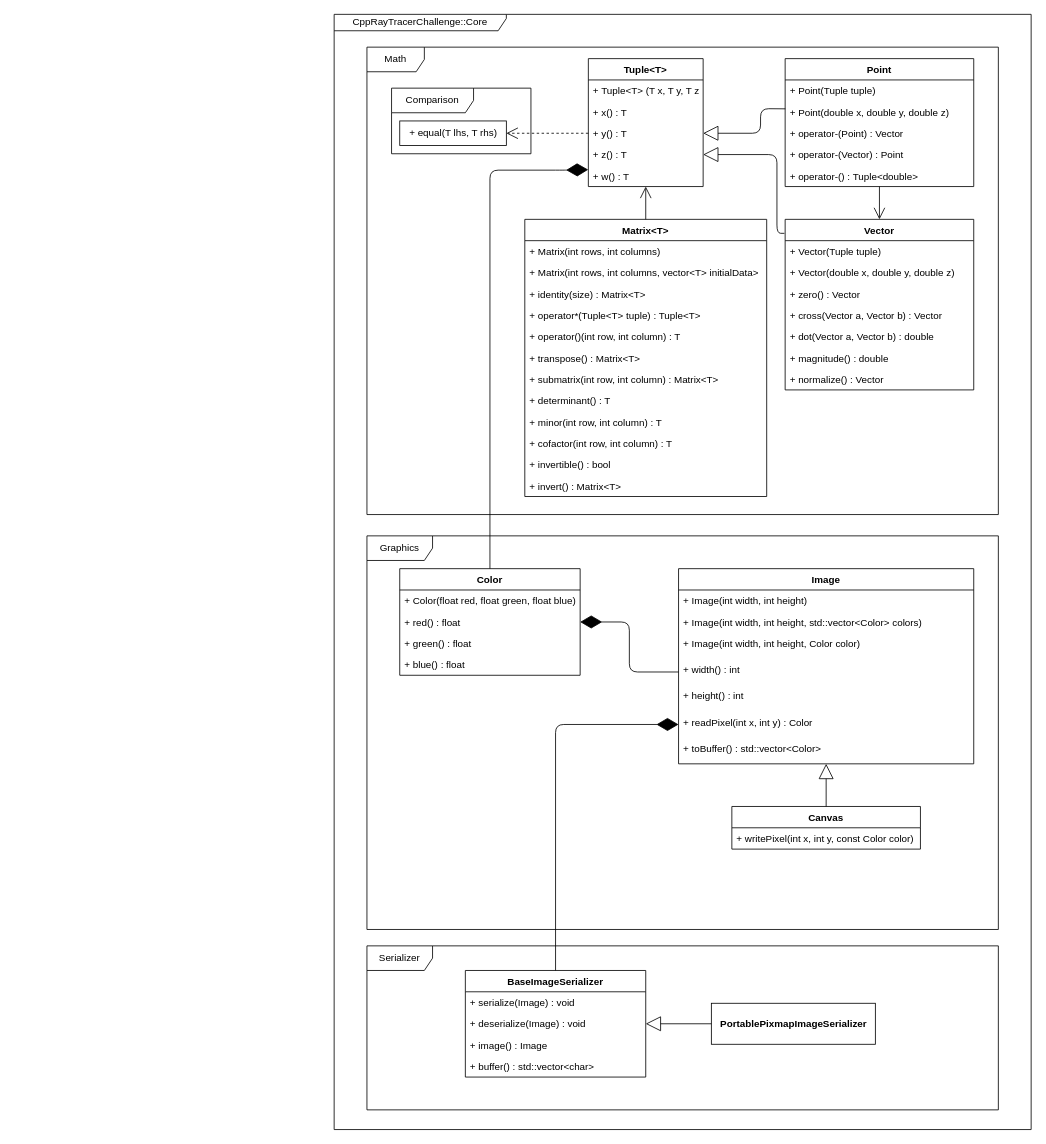
Above: docs/class_diagram.drawio in Reccy/CppRayTracerChallenge (draw.io), before the change. Source tidied: cells renumbered, new cells numbered last; positions are measured from the earlier drawing's top-left corner, leaving out a move shared by most shapes. Both pictures are drawn from the tidied source at 82%, with x=0, y=0 at pixel (334, 14).
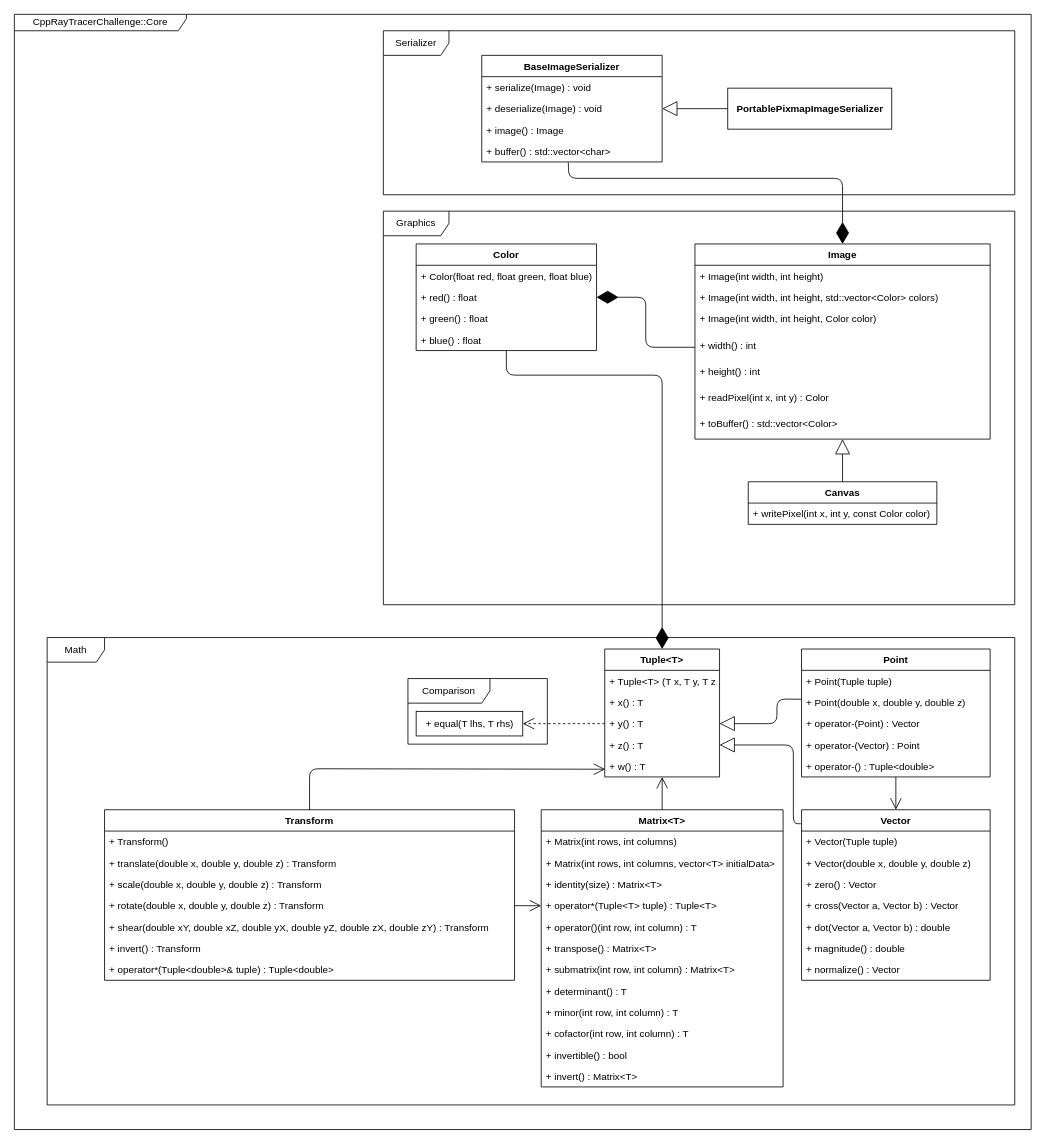
After the change.

Commit message (it also covers changes not shown here):
Add Transform object to class diagram

Unchanged cells that the change refers to:
```xml
<mxCell id="16" value="+ width() : int" style="text;strokeColor=none;fillColor=none;align=left;verticalAlign=top;spacingLeft=4;spacingRight=4;overflow=hidden;points=[[0,0.5],[1,0.5]];portConstraint=eastwest;" parent="12" vertex="1">
  <mxGeometry y="110" width="360" height="32" as="geometry" />
</mxCell>
<mxCell id="18" value="+ readPixel(int x, int y) : Color" style="text;strokeColor=none;fillColor=none;align=left;verticalAlign=top;spacingLeft=4;spacingRight=4;overflow=hidden;points=[[0,0.5],[1,0.5]];portConstraint=eastwest;" parent="12" vertex="1">
  <mxGeometry y="174" width="360" height="32" as="geometry" />
</mxCell>
<mxCell id="34" value="+ y() : T" style="text;strokeColor=none;fillColor=none;align=left;verticalAlign=top;spacingLeft=4;spacingRight=4;overflow=hidden;points=[[0,0.5],[1,0.5]];portConstraint=eastwest;" parent="31" vertex="1">
  <mxGeometry y="78" width="140" height="26" as="geometry" />
</mxCell>
<mxCell id="35" value="+ z() : T" style="text;strokeColor=none;fillColor=none;align=left;verticalAlign=top;spacingLeft=4;spacingRight=4;overflow=hidden;points=[[0,0.5],[1,0.5]];portConstraint=eastwest;" parent="31" vertex="1">
  <mxGeometry y="104" width="140" height="26" as="geometry" />
</mxCell>
<mxCell id="36" value="+ w() : T" style="text;strokeColor=none;fillColor=none;align=left;verticalAlign=top;spacingLeft=4;spacingRight=4;overflow=hidden;points=[[0,0.5],[1,0.5]];portConstraint=eastwest;" parent="31" vertex="1">
  <mxGeometry y="130" width="140" height="26" as="geometry" />
</mxCell>
<mxCell id="47" value="+ Point(double x, double y, double z)" style="text;strokeColor=none;fillColor=none;align=left;verticalAlign=top;spacingLeft=4;spacingRight=4;overflow=hidden;points=[[0,0.5],[1,0.5]];portConstraint=eastwest;" parent="45" vertex="1">
  <mxGeometry y="52" width="230" height="26" as="geometry" />
</mxCell>
<mxCell id="56" value="+ buffer() : std::vector&lt;char&gt;" style="text;strokeColor=none;fillColor=none;align=left;verticalAlign=top;spacingLeft=4;spacingRight=4;overflow=hidden;points=[[0,0.5],[1,0.5]];portConstraint=eastwest;" parent="52" vertex="1">
  <mxGeometry y="104" width="220" height="26" as="geometry" />
</mxCell>
<mxCell id="64" value="+ operator*(Tuple&lt;T&gt; tuple) : Tuple&lt;T&gt;" style="text;strokeColor=none;fillColor=none;align=left;verticalAlign=top;spacingLeft=4;spacingRight=4;overflow=hidden;points=[[0,0.5],[1,0.5]];portConstraint=eastwest;" parent="60" vertex="1">
  <mxGeometry y="104" width="295" height="26" as="geometry" />
</mxCell>
```

Diff of the diagram source:
```diff
@@
     <mxCell id="2" value="CppRayTracerChallenge::Core" style="shape=umlFrame;whiteSpace=wrap;html=1;width=210;height=20;" parent="1" vertex="1">
-      <mxGeometry width="850" height="1360" as="geometry" />
+      <mxGeometry x="-390" width="1240" height="1360" as="geometry" />
     </mxCell>
     <mxCell id="3" value="Graphics" style="shape=umlFrame;whiteSpace=wrap;html=1;width=80;height=30;" parent="1" vertex="1">
-      <mxGeometry x="40" y="636" width="770" height="480" as="geometry" />
+      <mxGeometry x="60" y="240" width="770" height="480" as="geometry" />
     </mxCell>
     <mxCell id="4" value="Math" style="shape=umlFrame;whiteSpace=wrap;html=1;width=70;height=30;" parent="1" vertex="1">
-      <mxGeometry x="40" y="40" width="770" height="570" as="geometry" />
+      <mxGeometry x="-350" y="760" width="1180" height="570" as="geometry" />
     </mxCell>
     <mxCell id="5" style="endArrow=block;endSize=16;endFill=0;html=1;exitX=0.001;exitY=0.355;exitDx=0;exitDy=0;entryX=1;entryY=0.5;entryDx=0;entryDy=0;exitPerimeter=0;" parent="1" edge="1" source="47" target="34">
       <mxGeometry relative="1" as="geometry">
         <Array as="points">
-          <mxPoint x="520" y="115" />
-          <mxPoint x="520" y="145" />
+          <mxPoint x="540" y="835" />
+          <mxPoint x="540" y="865" />
         </Array>
       </mxGeometry>
     </mxCell>
@@
     <mxCell id="8" style="endArrow=block;endSize=16;endFill=0;html=1;exitX=-0.004;exitY=0.082;exitDx=0;exitDy=0;entryX=1;entryY=0.5;entryDx=0;entryDy=0;exitPerimeter=0;" parent="1" edge="1" source="37" target="35">
       <mxGeometry relative="1" as="geometry">
         <Array as="points">
-          <mxPoint x="540" y="267" />
-          <mxPoint x="540" y="171" />
+          <mxPoint x="560" y="987" />
+          <mxPoint x="560" y="891" />
         </Array>
       </mxGeometry>
     </mxCell>
@@
-    <mxCell id="10" style="endArrow=diamondThin;endFill=1;endSize=24;html=1;entryX=-0.001;entryY=0.208;entryDx=0;entryDy=0;exitX=0.5;exitY=0;exitDx=0;exitDy=0;entryPerimeter=0;" parent="1" edge="1" source="23" target="36">
+    <mxCell id="10" style="endArrow=diamondThin;endFill=1;endSize=24;html=1;entryX=0.5;entryY=0;entryDx=0;entryDy=0;exitX=0.5;exitY=1;exitDx=0;exitDy=0;" parent="1" edge="1" source="23" target="31">
       <mxGeometry relative="1" as="geometry">
         <Array as="points">
-          <mxPoint x="190" y="190" />
-          <mxPoint x="280" y="190" />
+          <mxPoint x="210" y="440" />
+          <mxPoint x="400" y="440" />
         </Array>
       </mxGeometry>
     </mxCell>
@@
     <mxCell id="12" value="Image" style="swimlane;fontStyle=1;horizontal=1;startSize=26;fillColor=none;" parent="1" vertex="1">
-      <mxGeometry x="420" y="676" width="360" height="238" as="geometry" />
+      <mxGeometry x="440" y="280" width="360" height="238" as="geometry" />
     </mxCell>
@@
     <mxCell id="20" value="Canvas" style="swimlane;fontStyle=1;horizontal=1;startSize=26;fillColor=none;" parent="1" vertex="1">
-      <mxGeometry x="485" y="966" width="230" height="52" as="geometry" />
+      <mxGeometry x="505" y="570" width="230" height="52" as="geometry" />
     </mxCell>
@@
     <mxCell id="23" value="Color" style="swimlane;fontStyle=1;horizontal=1;startSize=26;fillColor=none;" parent="1" vertex="1">
-      <mxGeometry x="80" y="676" width="220" height="130" as="geometry" />
+      <mxGeometry x="100" y="280" width="220" height="130" as="geometry" />
     </mxCell>
@@
     <mxCell id="28" style="endArrow=diamondThin;endFill=1;endSize=24;html=1;exitX=0;exitY=0.5;exitDx=0;exitDy=0;entryX=1;entryY=0.5;entryDx=0;entryDy=0;" parent="1" edge="1" source="16" target="23">
       <mxGeometry relative="1" as="geometry">
         <Array as="points">
-          <mxPoint x="360" y="802" />
-          <mxPoint x="360" y="741" />
+          <mxPoint x="380" y="406" />
+          <mxPoint x="380" y="345" />
         </Array>
       </mxGeometry>
     </mxCell>
     <mxCell id="29" value="Comparison" style="shape=umlFrame;whiteSpace=wrap;html=1;width=100;height=30;" parent="1" vertex="1">
-      <mxGeometry x="70" y="90" width="170" height="80" as="geometry" />
+      <mxGeometry x="90" y="810" width="170" height="80" as="geometry" />
     </mxCell>
     <mxCell id="30" value="+ equal(T lhs, T rhs)" style="html=1;" parent="1" vertex="1">
-      <mxGeometry x="80" y="130" width="130" height="30" as="geometry" />
+      <mxGeometry x="100" y="850" width="130" height="30" as="geometry" />
     </mxCell>
     <mxCell id="31" value="Tuple&lt;T&gt;" style="swimlane;fontStyle=1;horizontal=1;startSize=26;fillColor=none;" parent="1" vertex="1">
-      <mxGeometry x="310" y="54" width="140" height="156" as="geometry" />
+      <mxGeometry x="330" y="774" width="140" height="156" as="geometry" />
     </mxCell>
@@
     <mxCell id="37" value="Vector" style="swimlane;fontStyle=1;horizontal=1;startSize=26;fillColor=none;" parent="1" vertex="1">
-      <mxGeometry x="550" y="250" width="230" height="208" as="geometry" />
+      <mxGeometry x="570" y="970" width="230" height="208" as="geometry" />
     </mxCell>
@@
     <mxCell id="45" value="Point" style="swimlane;fontStyle=1;horizontal=1;startSize=26;fillColor=none;" parent="1" vertex="1">
-      <mxGeometry x="550" y="54" width="230" height="156" as="geometry" />
+      <mxGeometry x="570" y="774" width="230" height="156" as="geometry" />
     </mxCell>
@@
     <mxCell id="51" value="Serializer" style="shape=umlFrame;whiteSpace=wrap;html=1;width=80;height=30;" parent="1" vertex="1">
-      <mxGeometry x="40" y="1136" width="770" height="200" as="geometry" />
+      <mxGeometry x="60" y="20" width="770" height="200" as="geometry" />
     </mxCell>
     <mxCell id="52" value="BaseImageSerializer" style="swimlane;fontStyle=1;horizontal=1;startSize=26;fillColor=none;" parent="1" vertex="1">
-      <mxGeometry x="160" y="1166" width="220" height="130" as="geometry" />
+      <mxGeometry x="180" y="50" width="220" height="130" as="geometry" />
     </mxCell>
@@
     <mxCell id="57" value="&lt;b&gt;PortablePixmapImageSerializer&lt;/b&gt;" style="html=1;" parent="1" vertex="1">
-      <mxGeometry x="460" y="1206" width="200" height="50" as="geometry" />
+      <mxGeometry x="480" y="90" width="200" height="50" as="geometry" />
     </mxCell>
@@
-    <mxCell id="59" style="endArrow=diamondThin;endFill=1;endSize=24;html=1;entryX=0;entryY=0.5;entryDx=0;entryDy=0;exitX=0.5;exitY=0;exitDx=0;exitDy=0;" parent="1" edge="1" source="52" target="18">
+    <mxCell id="59" style="endArrow=diamondThin;endFill=1;endSize=24;html=1;entryX=0.5;entryY=0;entryDx=0;entryDy=0;exitX=0.48;exitY=1.026;exitDx=0;exitDy=0;exitPerimeter=0;" parent="1" edge="1" source="56" target="12">
       <mxGeometry relative="1" as="geometry">
         <Array as="points">
-          <mxPoint x="270" y="866" />
+          <mxPoint x="286" y="200" />
+          <mxPoint x="620" y="200" />
         </Array>
       </mxGeometry>
     </mxCell>
     <mxCell id="60" value="Matrix&lt;T&gt;" style="swimlane;fontStyle=1;horizontal=1;startSize=26;fillColor=none;" parent="1" vertex="1">
-      <mxGeometry x="232.5" y="250" width="295" height="338" as="geometry" />
+      <mxGeometry x="252.5" y="970" width="295" height="338" as="geometry" />
     </mxCell>
@@
+    <mxCell id="74" value="Transform" style="swimlane;fontStyle=1;horizontal=1;startSize=26;fillColor=none;" parent="1" vertex="1">
+      <mxGeometry x="-280" y="970" width="500" height="208" as="geometry" />
+    </mxCell>
+    <mxCell id="75" value="+ Transform()" style="text;strokeColor=none;fillColor=none;align=left;verticalAlign=top;spacingLeft=4;spacingRight=4;overflow=hidden;" parent="74" vertex="1">
+      <mxGeometry y="26" width="500" height="26" as="geometry" />
+    </mxCell>
+    <mxCell id="76" value="+ translate(double x, double y, double z) : Transform" style="text;strokeColor=none;fillColor=none;align=left;verticalAlign=top;spacingLeft=4;spacingRight=4;overflow=hidden;" parent="74" vertex="1">
+      <mxGeometry y="52" width="500" height="26" as="geometry" />
+    </mxCell>
+    <mxCell id="77" value="+ scale(double x, double y, double z) : Transform" style="text;strokeColor=none;fillColor=none;align=left;verticalAlign=top;spacingLeft=4;spacingRight=4;overflow=hidden;" parent="74" vertex="1">
+      <mxGeometry y="78" width="500" height="26" as="geometry" />
+    </mxCell>
+    <mxCell id="78" value="+ rotate(double x, double y, double z) : Transform" style="text;strokeColor=none;fillColor=none;align=left;verticalAlign=top;spacingLeft=4;spacingRight=4;overflow=hidden;points=[[0,0.5],[1,0.5]];portConstraint=eastwest;" parent="74" vertex="1">
+      <mxGeometry y="104" width="500" height="26" as="geometry" />
+    </mxCell>
+    <mxCell id="79" value="+ shear(double xY, double xZ, double yX, double yZ, double zX, double zY) : Transform" style="text;strokeColor=none;fillColor=none;align=left;verticalAlign=top;spacingLeft=4;spacingRight=4;overflow=hidden;" parent="74" vertex="1">
+      <mxGeometry y="130" width="500" height="26" as="geometry" />
+    </mxCell>
+    <mxCell id="80" value="+ invert() : Transform" style="text;strokeColor=none;fillColor=none;align=left;verticalAlign=top;spacingLeft=4;spacingRight=4;overflow=hidden;" parent="74" vertex="1">
+      <mxGeometry y="156" width="500" height="26" as="geometry" />
+    </mxCell>
+    <mxCell id="81" value="+ operator*(Tuple&lt;double&gt;&amp; tuple) : Tuple&lt;double&gt;" style="text;strokeColor=none;fillColor=none;align=left;verticalAlign=top;spacingLeft=4;spacingRight=4;overflow=hidden;" parent="74" vertex="1">
+      <mxGeometry y="182" width="500" height="26" as="geometry" />
+    </mxCell>
+    <mxCell id="82" style="endArrow=open;endFill=1;endSize=12;html=1;entryX=0.004;entryY=0.638;entryDx=0;entryDy=0;exitX=0.5;exitY=0;exitDx=0;exitDy=0;entryPerimeter=0;" parent="1" edge="1" source="74" target="36">
+      <mxGeometry relative="1" as="geometry">
+        <Array as="points">
+          <mxPoint x="-30" y="920" />
+        </Array>
+      </mxGeometry>
+    </mxCell>
+    <mxCell id="83" style="endArrow=open;endFill=1;endSize=12;html=1;entryX=0;entryY=0.5;entryDx=0;entryDy=0;exitX=1;exitY=0.5;exitDx=0;exitDy=0;" parent="1" edge="1" source="78" target="64">
+      <mxGeometry relative="1" as="geometry" />
+    </mxCell>
```
